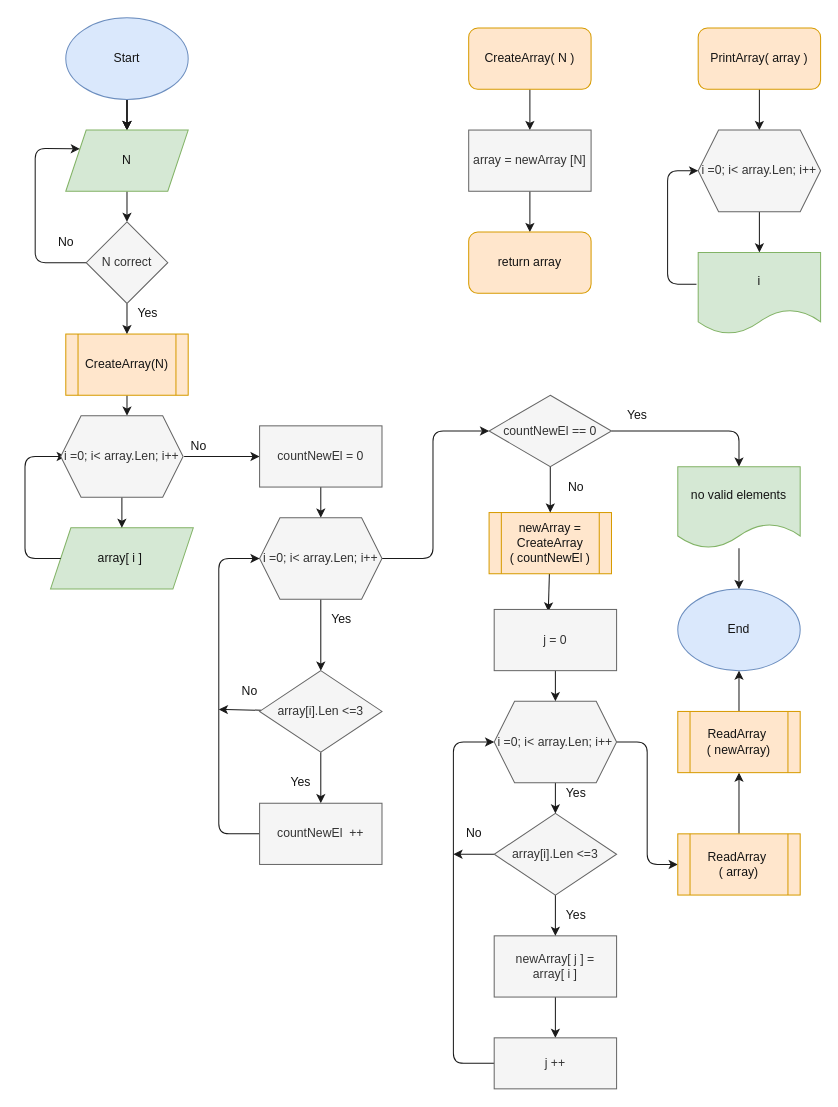
The draw.io diagram Control1/control1.drawio in Artur-by/GeekBrainsControlWork, before the edit. Source tidied: cells renumbered, new cells numbered last; positions are measured from the earlier drawing's top-left corner, leaving out a move shared by most shapes. Both pictures are drawn from the tidied source at 102%, with x=0, y=0 at pixel (24, 17).
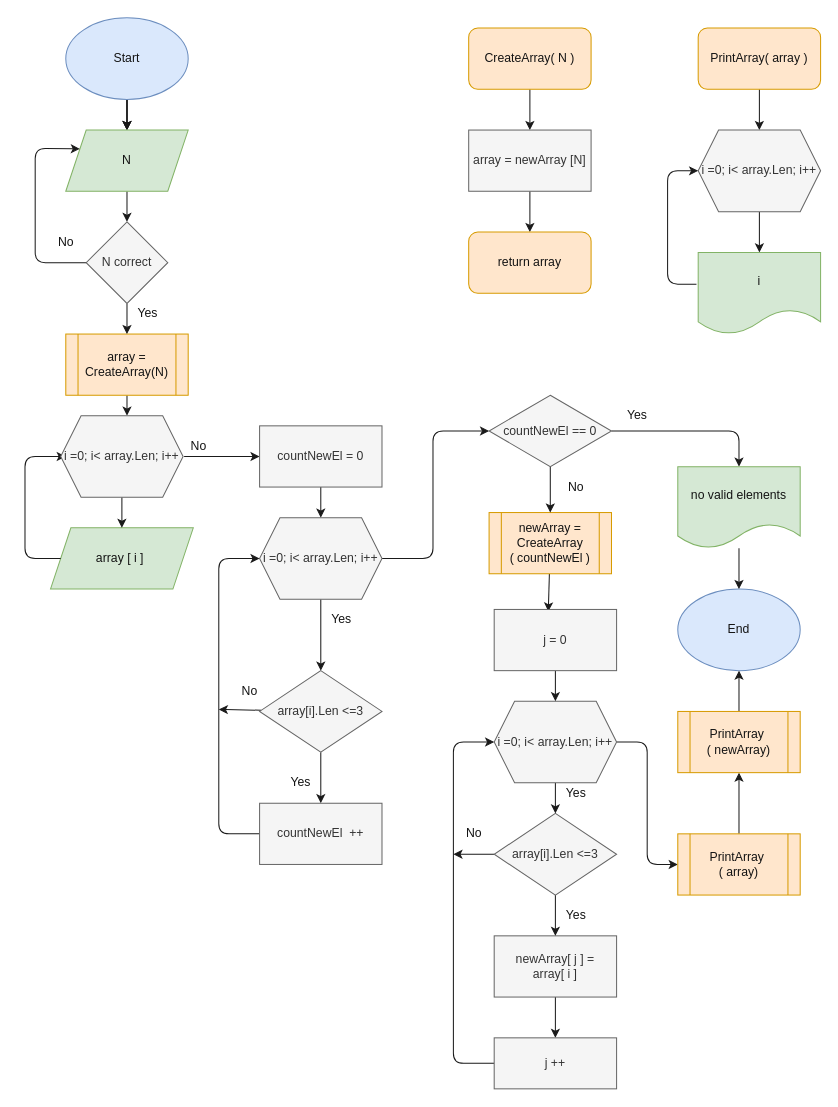
The same diagram, later.

Commit message (it also covers changes not shown here):
Corrected block diagram

Change to the diagram source:
```diff
@@
-    <mxCell id="14" value="&lt;font color=&quot;#141414&quot;&gt;CreateArray(N)&lt;/font&gt;" style="shape=process;whiteSpace=wrap;html=1;backgroundOutline=1;fillColor=#ffe6cc;strokeColor=#d79b00;" parent="1" vertex="1">
+    <mxCell id="14" value="&lt;font color=&quot;#141414&quot;&gt;array = CreateArray(N)&lt;/font&gt;" style="shape=process;whiteSpace=wrap;html=1;backgroundOutline=1;fillColor=#ffe6cc;strokeColor=#d79b00;" parent="1" vertex="1">
       <mxGeometry x="40" y="310" width="120" height="60" as="geometry" />
     </mxCell>
@@
-    <mxCell id="16" value="&lt;font color=&quot;#141414&quot;&gt;array[ i ]&amp;nbsp;&lt;br&gt;&lt;/font&gt;" style="shape=parallelogram;perimeter=parallelogramPerimeter;whiteSpace=wrap;html=1;fixedSize=1;fillColor=#d5e8d4;strokeColor=#82b366;" parent="1" vertex="1">
+    <mxCell id="16" value="&lt;font color=&quot;#141414&quot;&gt;array [ i ]&amp;nbsp;&lt;br&gt;&lt;/font&gt;" style="shape=parallelogram;perimeter=parallelogramPerimeter;whiteSpace=wrap;html=1;fixedSize=1;fillColor=#d5e8d4;strokeColor=#82b366;" parent="1" vertex="1">
       <mxGeometry x="25" y="500" width="140" height="60" as="geometry" />
     </mxCell>
@@
-    <mxCell id="47" value="&lt;font color=&quot;#141414&quot;&gt;ReadArray&amp;nbsp;&lt;br&gt;( array)&lt;/font&gt;" style="shape=process;whiteSpace=wrap;html=1;backgroundOutline=1;fillColor=#ffe6cc;strokeColor=#d79b00;" parent="1" vertex="1">
+    <mxCell id="47" value="&lt;font color=&quot;#141414&quot;&gt;PrintArray&amp;nbsp;&lt;br&gt;( array)&lt;/font&gt;" style="shape=process;whiteSpace=wrap;html=1;backgroundOutline=1;fillColor=#ffe6cc;strokeColor=#d79b00;" parent="1" vertex="1">
       <mxGeometry x="640" y="800" width="120" height="60" as="geometry" />
     </mxCell>
@@
-    <mxCell id="66" value="&lt;font color=&quot;#141414&quot;&gt;ReadArray&amp;nbsp;&lt;br&gt;( newArray)&lt;/font&gt;" style="shape=process;whiteSpace=wrap;html=1;backgroundOutline=1;fillColor=#ffe6cc;strokeColor=#d79b00;" parent="1" vertex="1">
+    <mxCell id="66" value="&lt;font color=&quot;#141414&quot;&gt;PrintArray&amp;nbsp;&lt;br&gt;( newArray)&lt;/font&gt;" style="shape=process;whiteSpace=wrap;html=1;backgroundOutline=1;fillColor=#ffe6cc;strokeColor=#d79b00;" parent="1" vertex="1">
       <mxGeometry x="640" y="680" width="120" height="60" as="geometry" />
     </mxCell>
```
